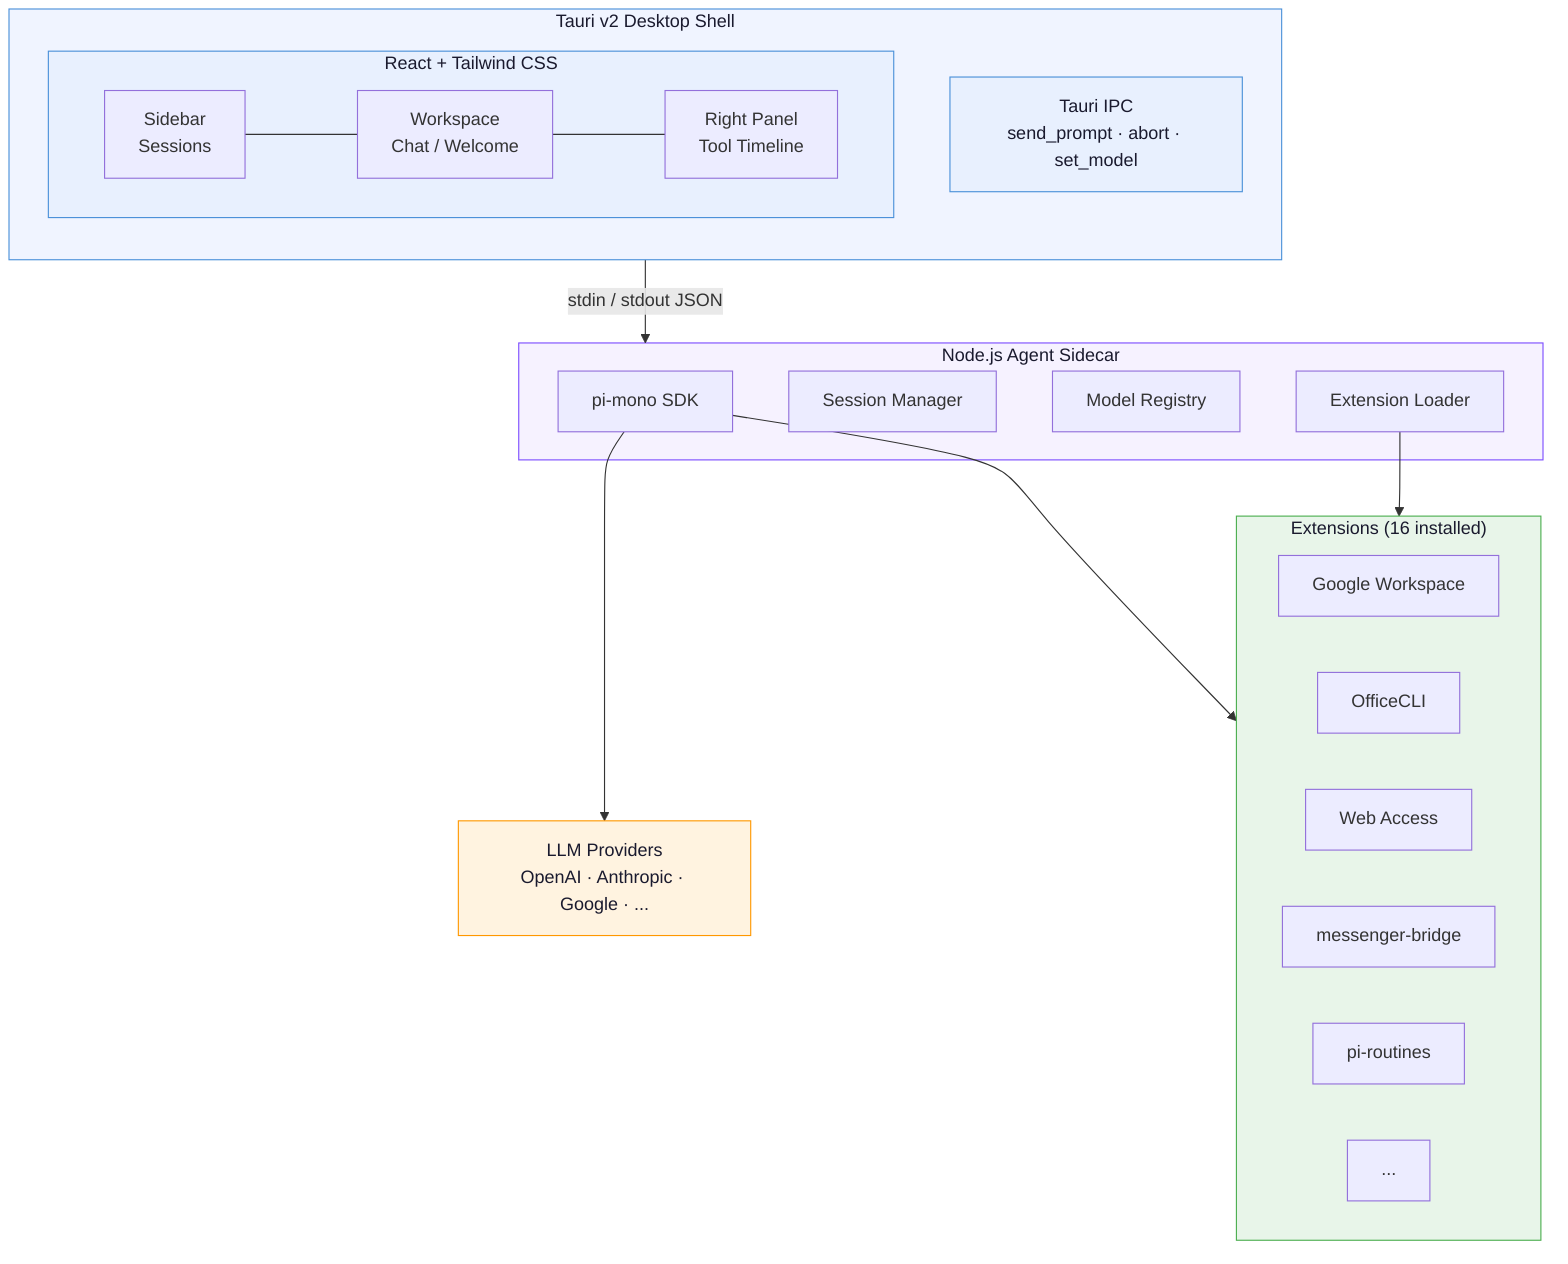
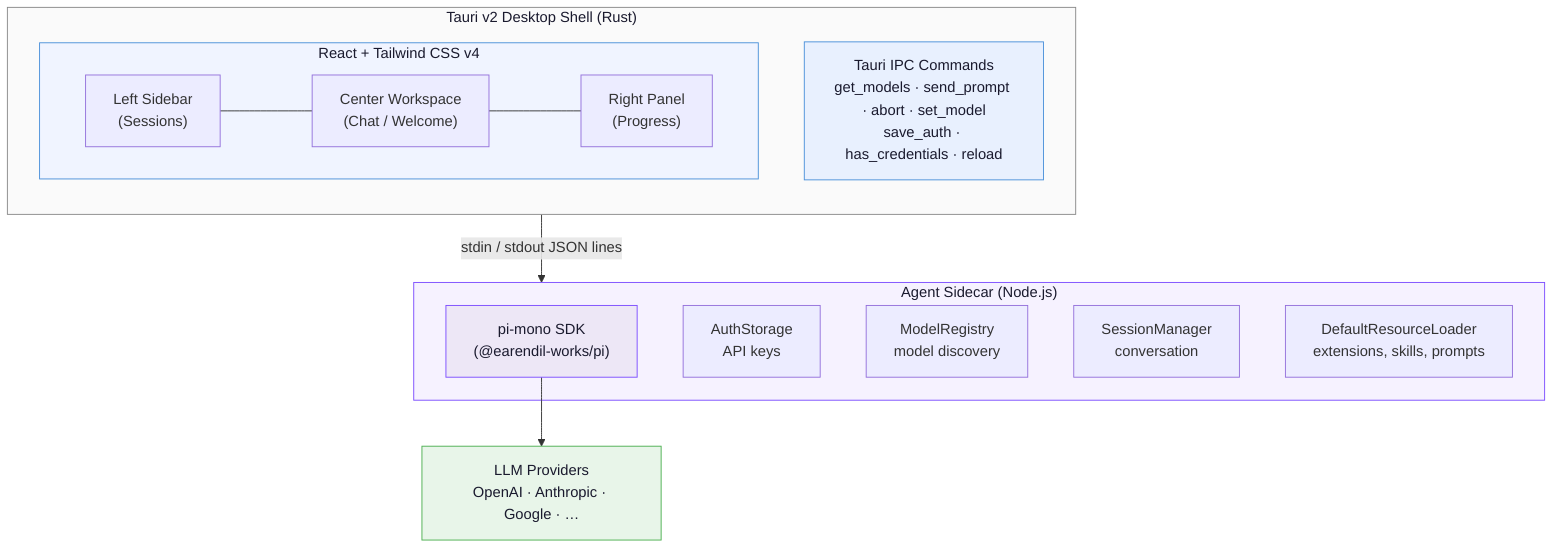
flowchart TB
-     subgraph Tauri["Tauri v2 Desktop Shell"]
+     subgraph Tauri["Tauri v2 Desktop Shell (Rust)"]
        direction TB
-         subgraph Frontend["React + Tailwind CSS"]
+         subgraph Frontend["React + Tailwind CSS v4"]
            direction LR
-             A["Sidebar<br/>Sessions"] --- B["Workspace<br/>Chat / Welcome"] --- C["Right Panel<br/>Tool Timeline"]
+             A["Left Sidebar<br/>(Sessions)"] --- B["Center Workspace<br/>(Chat / Welcome)"] --- C["Right Panel<br/>(Progress)"]
        end
-         IPC["Tauri IPC<br/>send_prompt · abort · set_model"]
+         IPC["Tauri IPC Commands<br/>get_models · send_prompt · abort · set_model<br/>save_auth · has_credentials · reload"]
    end

-     subgraph Sidecar["Node.js Agent Sidecar"]
-         SDK["pi-mono SDK"]
-         SR["Session Manager"]
-         MR["Model Registry"]
-         EL["Extension Loader"]
+     subgraph Sidecar["Agent Sidecar (Node.js)"]
+         SDK["pi-mono SDK<br/>(@earendil-works/pi)"]
+         AS["AuthStorage<br/>API keys"]
+         MR["ModelRegistry<br/>model discovery"]
+         SM["SessionManager<br/>conversation"]
+         DRL["DefaultResourceLoader<br/>extensions, skills, prompts"]
    end

-     subgraph Extensions["Extensions (16 installed)"]
-         direction LR
-         E1["Google Workspace"]
-         E2["OfficeCLI"]
-         E3["Web Access"]
-         E4["messenger-bridge"]
-         E5["pi-routines"]
-         E6["..."]
-     end
+     LLM["LLM Providers<br/>OpenAI · Anthropic · Google · …"]

-     LLM["LLM Providers<br/>OpenAI · Anthropic · Google · ..."]
+     IPC -- "stdin / stdout JSON lines" --> Sidecar
+     SDK --> LLM

-     IPC -- "stdin / stdout JSON" --> Sidecar
-     SDK --> LLM
-     SDK --> Extensions
-     EL --> Extensions
- 
-     style Tauri fill:#f0f4ff,stroke:#4a90d9,color:#1a1a2e
-     style Frontend fill:#e8f0fe,stroke:#4a90d9,color:#1a1a2e
+     style Frontend fill:#f0f4ff,stroke:#4a90d9,color:#1a1a2e
    style IPC fill:#e8f0fe,stroke:#4a90d9,color:#1a1a2e
+     style Tauri fill:#fafafa,stroke:#888,color:#1a1a2e
    style Sidecar fill:#f6f2ff,stroke:#7c4dff,color:#1a1a2e
-     style Extensions fill:#e8f5e9,stroke:#4caf50,color:#1a1a2e
-     style LLM fill:#fff3e0,stroke:#ff9800,color:#1a1a2e
+     style SDK fill:#ede7f6,stroke:#7c4dff,color:#1a1a2e
+     style LLM fill:#e8f5e9,stroke:#4caf50,color:#1a1a2e
